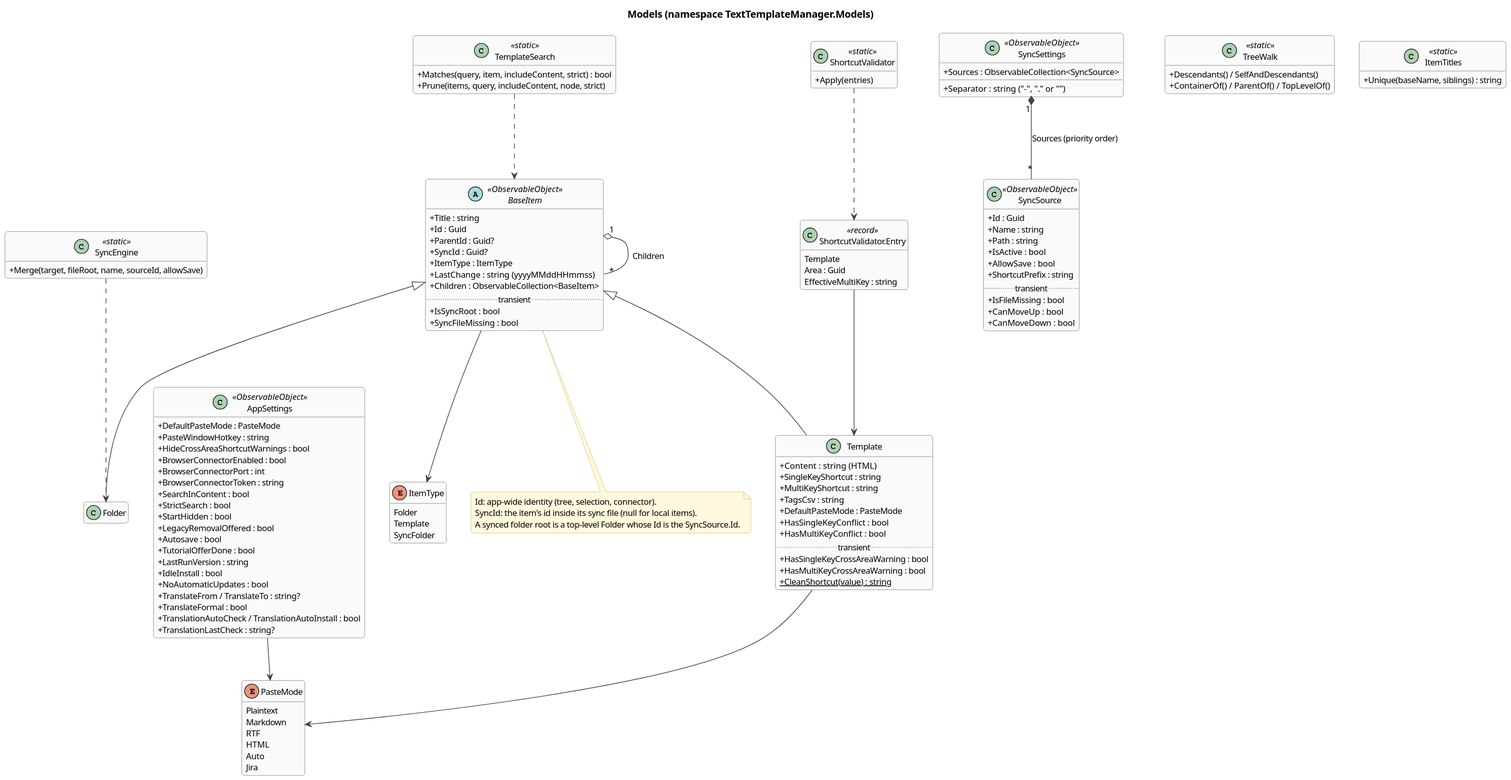
This is docs/architecture/diagrams/class-model.svg from halatsWol/TextTemplateManager-v2, a PlantUML export, as it was before one commit.
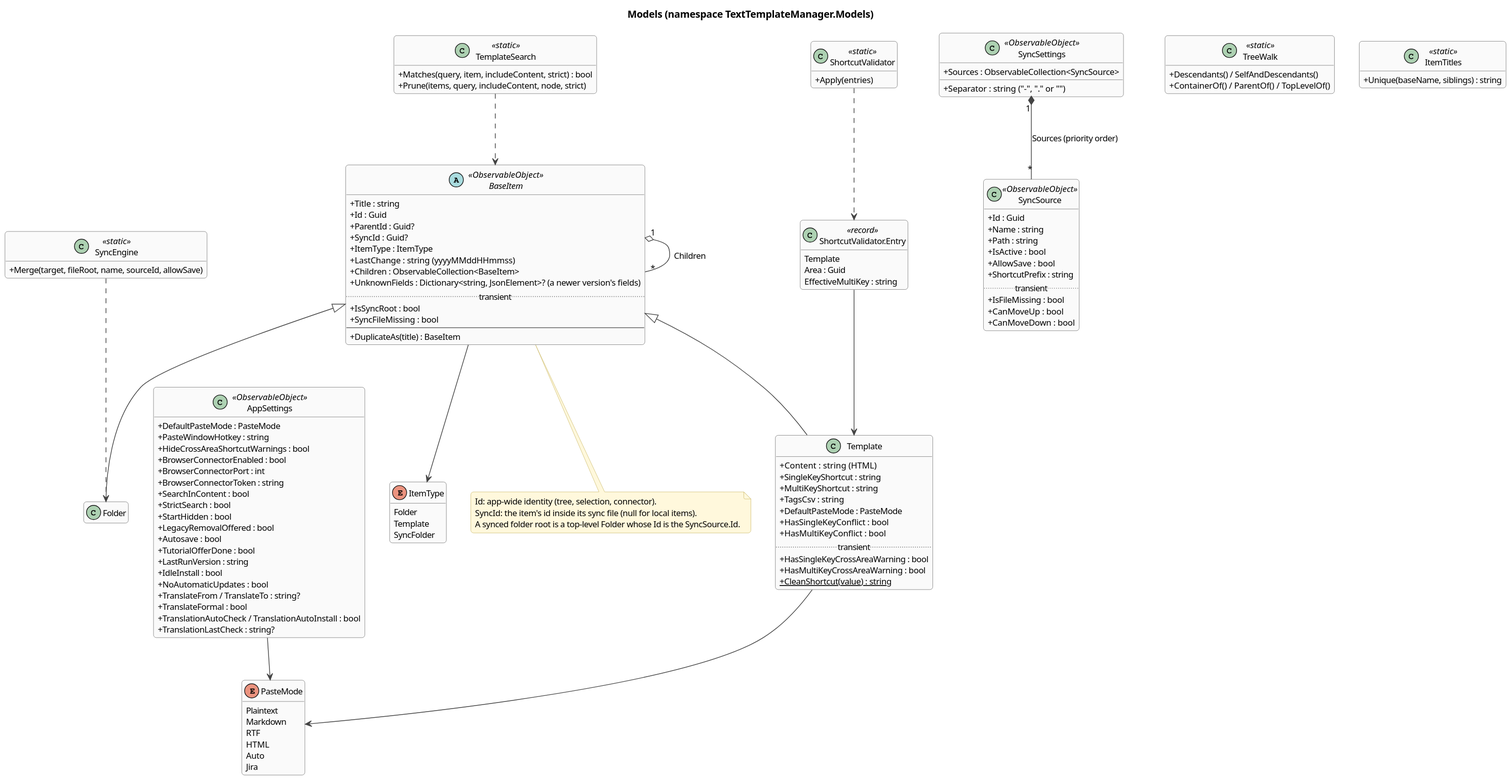
Later version of the same file.

Commit message:
architecture docs: fields of newer versions, format rules for new fields, duplicate ids in sync files; class-model and sync-merge diagrams

The edit, as a diff of the source:
```diff
@@ -10,9 +10,12 @@
   +ItemType : ItemType
   +LastChange : string  (yyyyMMddHHmmss)
   +Children : ObservableCollection<BaseItem>
+  +UnknownFields : Dictionary<string, JsonElement>?  (a newer version's fields)
   ..transient..
   +IsSyncRoot : bool
   +SyncFileMissing : bool
+  --
+  +DuplicateAs(title) : BaseItem
 }
 class Folder
 class Template {
```
